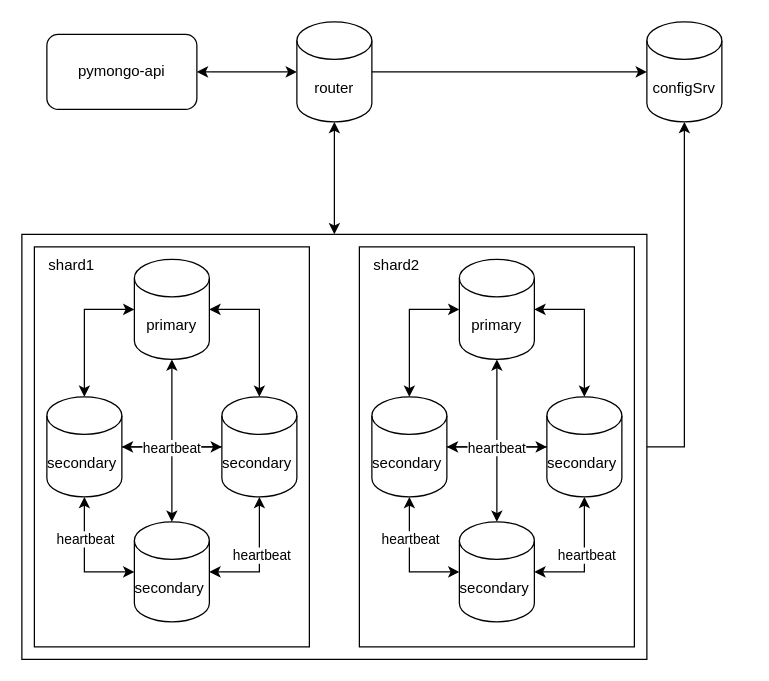
Before: diagrams/task2.drawio in Alteracia/practicum_black-friday, a draw.io diagram. Source tidied: cells renumbered, new cells numbered last; positions are measured from the earlier drawing's top-left corner, leaving out a move shared by most shapes. Both pictures are drawn from the tidied source at 125%, with x=0, y=0 at pixel (21, 21).
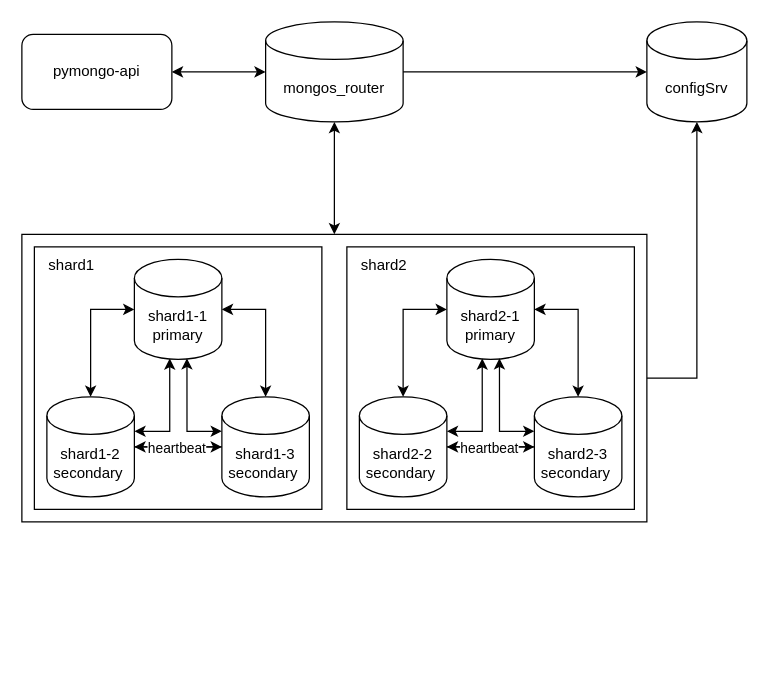
Above is the later version.

Diff of the diagram source:
```diff
@@
     <mxCell id="2" style="rounded=0;whiteSpace=wrap;html=1;" parent="1" vertex="1">
-      <mxGeometry y="170" width="500" height="340" as="geometry" />
+      <mxGeometry y="170" width="500" height="230" as="geometry" />
     </mxCell>
     <mxCell id="3" style="rounded=0;whiteSpace=wrap;html=1;" parent="1" vertex="1">
-      <mxGeometry x="10" y="180" width="220" height="320" as="geometry" />
+      <mxGeometry x="10" y="180" width="230" height="210" as="geometry" />
     </mxCell>
-    <mxCell id="4" style="edgeStyle=orthogonalEdgeStyle;rounded=0;jettySize=auto;html=1;startArrow=classic;startFill=1;" parent="1" edge="1" source="5" target="16">
+    <mxCell id="4" style="edgeStyle=orthogonalEdgeStyle;rounded=0;jettySize=auto;html=1;startArrow=classic;startFill=1;exitX=1;exitY=0.5;exitDx=0;exitDy=0;exitPerimeter=0;" parent="1" edge="1" source="5" target="16">
       <mxGeometry relative="1" as="geometry" />
     </mxCell>
-    <mxCell id="5" value="primary" style="shape=cylinder3;whiteSpace=wrap;html=1;boundedLbl=1;backgroundOutline=1;size=15;" parent="1" vertex="1">
-      <mxGeometry x="90" y="190" width="60" height="80" as="geometry" />
+    <mxCell id="5" value="shard1-1&lt;br&gt;primary" style="shape=cylinder3;whiteSpace=wrap;html=1;boundedLbl=1;backgroundOutline=1;size=15;" parent="1" vertex="1">
+      <mxGeometry x="90" y="190" width="70" height="80" as="geometry" />
     </mxCell>
@@
     <mxCell id="7" value="pymongo-api" style="rounded=1;whiteSpace=wrap;html=1;" parent="1" vertex="1">
-      <mxGeometry x="20" y="10" width="120" height="60" as="geometry" />
+      <mxGeometry y="10" width="120" height="60" as="geometry" />
     </mxCell>
-    <mxCell id="8" value="router" style="shape=cylinder3;whiteSpace=wrap;html=1;boundedLbl=1;backgroundOutline=1;size=15;" parent="1" vertex="1">
-      <mxGeometry x="220" width="60" height="80" as="geometry" />
+    <mxCell id="8" value="mongos_router" style="shape=cylinder3;whiteSpace=wrap;html=1;boundedLbl=1;backgroundOutline=1;size=15;" parent="1" vertex="1">
+      <mxGeometry x="195" width="110" height="80" as="geometry" />
     </mxCell>
@@
     <mxCell id="10" value="configSrv" style="shape=cylinder3;whiteSpace=wrap;html=1;boundedLbl=1;backgroundOutline=1;size=15;" parent="1" vertex="1">
-      <mxGeometry x="500" width="60" height="80" as="geometry" />
+      <mxGeometry x="500" width="80" height="80" as="geometry" />
     </mxCell>
@@
-    <mxCell id="14" value="secondary&amp;nbsp;" style="shape=cylinder3;whiteSpace=wrap;html=1;boundedLbl=1;backgroundOutline=1;size=15;" parent="1" vertex="1">
-      <mxGeometry x="20" y="300" width="60" height="80" as="geometry" />
+    <mxCell id="14" value="shard1-2&lt;br&gt;secondary&amp;nbsp;" style="shape=cylinder3;whiteSpace=wrap;html=1;boundedLbl=1;backgroundOutline=1;size=15;" parent="1" vertex="1">
+      <mxGeometry x="20" y="300" width="70" height="80" as="geometry" />
     </mxCell>
-    <mxCell id="15" value="secondary&amp;nbsp;" style="shape=cylinder3;whiteSpace=wrap;html=1;boundedLbl=1;backgroundOutline=1;size=15;" parent="1" vertex="1">
-      <mxGeometry x="90" y="400" width="60" height="80" as="geometry" />
-    </mxCell>
-    <mxCell id="16" value="secondary&amp;nbsp;" style="shape=cylinder3;whiteSpace=wrap;html=1;boundedLbl=1;backgroundOutline=1;size=15;" parent="1" vertex="1">
-      <mxGeometry x="160" y="300" width="60" height="80" as="geometry" />
+    <mxCell id="16" value="shard1-3&lt;br&gt;secondary&amp;nbsp;" style="shape=cylinder3;whiteSpace=wrap;html=1;boundedLbl=1;backgroundOutline=1;size=15;" parent="1" vertex="1">
+      <mxGeometry x="160" y="300" width="70" height="80" as="geometry" />
     </mxCell>
@@
-    <mxCell id="18" style="edgeStyle=orthogonalEdgeStyle;rounded=0;jettySize=auto;html=1;entryX=0.5;entryY=0;entryDx=0;entryDy=0;entryPerimeter=0;startArrow=classic;startFill=1;" parent="1" edge="1" source="5" target="14">
+    <mxCell id="18" style="edgeStyle=orthogonalEdgeStyle;rounded=0;jettySize=auto;html=1;entryX=0.5;entryY=0;entryDx=0;entryDy=0;entryPerimeter=0;startArrow=classic;startFill=1;exitX=0;exitY=0.5;exitDx=0;exitDy=0;exitPerimeter=0;" parent="1" edge="1" source="5" target="14">
       <mxGeometry relative="1" as="geometry" />
     </mxCell>
-    <mxCell id="19" style="edgeStyle=orthogonalEdgeStyle;rounded=0;jettySize=auto;html=1;entryX=0.5;entryY=0;entryDx=0;entryDy=0;entryPerimeter=0;startArrow=classic;startFill=1;" parent="1" edge="1" source="5" target="15">
+    <mxCell id="19" style="edgeStyle=orthogonalEdgeStyle;rounded=0;jettySize=auto;html=1;startArrow=classic;startFill=1;entryX=1;entryY=0;entryDx=0;entryDy=27.5;entryPerimeter=0;exitX=0.404;exitY=0.991;exitDx=0;exitDy=0;exitPerimeter=0;" parent="1" edge="1" source="5" target="14">
       <mxGeometry relative="1" as="geometry" />
     </mxCell>
@@
-    <mxCell id="22" style="edgeStyle=orthogonalEdgeStyle;rounded=0;jettySize=auto;html=1;exitX=0.5;exitY=1;exitDx=0;exitDy=0;exitPerimeter=0;entryX=1;entryY=0.5;entryDx=0;entryDy=0;entryPerimeter=0;startArrow=classic;startFill=1;" parent="1" edge="1" source="16" target="15">
-      <mxGeometry relative="1" as="geometry" />
-    </mxCell>
-    <mxCell id="23" value="heartbeat" style="edgeLabel;html=1;align=center;verticalAlign=middle;" parent="22" vertex="1">
-      <mxGeometry x="-0.08" y="1" relative="1" as="geometry" />
-    </mxCell>
-    <mxCell id="24" style="edgeStyle=orthogonalEdgeStyle;rounded=0;jettySize=auto;html=1;entryX=0;entryY=0.5;entryDx=0;entryDy=0;entryPerimeter=0;exitX=0.5;exitY=1;exitDx=0;exitDy=0;exitPerimeter=0;startArrow=classic;startFill=1;" parent="1" edge="1" source="14" target="15">
-      <mxGeometry relative="1" as="geometry" />
-    </mxCell>
-    <mxCell id="25" value="heartbeat" style="edgeLabel;html=1;align=center;verticalAlign=middle;" parent="24" vertex="1">
-      <mxGeometry x="-0.35" relative="1" as="geometry" />
-    </mxCell>
-    <mxCell id="26" style="rounded=0;whiteSpace=wrap;html=1;" parent="1" vertex="1">
-      <mxGeometry x="270" y="180" width="220" height="320" as="geometry" />
-    </mxCell>
-    <mxCell id="27" style="edgeStyle=orthogonalEdgeStyle;rounded=0;jettySize=auto;html=1;startArrow=classic;startFill=1;" parent="1" edge="1" source="28" target="32">
-      <mxGeometry relative="1" as="geometry" />
-    </mxCell>
-    <mxCell id="28" value="primary" style="shape=cylinder3;whiteSpace=wrap;html=1;boundedLbl=1;backgroundOutline=1;size=15;" parent="1" vertex="1">
-      <mxGeometry x="350" y="190" width="60" height="80" as="geometry" />
-    </mxCell>
-    <mxCell id="29" style="edgeStyle=orthogonalEdgeStyle;rounded=0;jettySize=auto;html=1;" parent="1" edge="1" source="30" target="32">
-      <mxGeometry relative="1" as="geometry" />
-    </mxCell>
-    <mxCell id="30" value="secondary&amp;nbsp;" style="shape=cylinder3;whiteSpace=wrap;html=1;boundedLbl=1;backgroundOutline=1;size=15;" parent="1" vertex="1">
-      <mxGeometry x="280" y="300" width="60" height="80" as="geometry" />
-    </mxCell>
-    <mxCell id="31" value="secondary&amp;nbsp;" style="shape=cylinder3;whiteSpace=wrap;html=1;boundedLbl=1;backgroundOutline=1;size=15;" parent="1" vertex="1">
-      <mxGeometry x="350" y="400" width="60" height="80" as="geometry" />
-    </mxCell>
-    <mxCell id="32" value="secondary&amp;nbsp;" style="shape=cylinder3;whiteSpace=wrap;html=1;boundedLbl=1;backgroundOutline=1;size=15;" parent="1" vertex="1">
-      <mxGeometry x="420" y="300" width="60" height="80" as="geometry" />
-    </mxCell>
+    <mxCell id="42" style="edgeStyle=orthogonalEdgeStyle;rounded=0;jettySize=auto;html=1;exitX=0;exitY=0;exitDx=0;exitDy=27.5;exitPerimeter=0;entryX=0.601;entryY=0.989;entryDx=0;entryDy=0;entryPerimeter=0;startArrow=classic;startFill=1;" parent="1" edge="1" source="16" target="5">
+      <mxGeometry relative="1" as="geometry" />
+    </mxCell>
+    <mxCell id="43" style="rounded=0;whiteSpace=wrap;html=1;" parent="1" vertex="1">
+      <mxGeometry x="260" y="180" width="230" height="210" as="geometry" />
+    </mxCell>
+    <mxCell id="44" style="edgeStyle=orthogonalEdgeStyle;rounded=0;jettySize=auto;html=1;startArrow=classic;startFill=1;exitX=1;exitY=0.5;exitDx=0;exitDy=0;exitPerimeter=0;" parent="1" edge="1" source="45" target="48">
+      <mxGeometry relative="1" as="geometry" />
+    </mxCell>
+    <mxCell id="45" value="shard2-1&lt;br&gt;primary" style="shape=cylinder3;whiteSpace=wrap;html=1;boundedLbl=1;backgroundOutline=1;size=15;" parent="1" vertex="1">
+      <mxGeometry x="340" y="190" width="70" height="80" as="geometry" />
+    </mxCell>
+    <mxCell id="46" style="edgeStyle=orthogonalEdgeStyle;rounded=0;jettySize=auto;html=1;" parent="1" edge="1" source="47" target="48">
+      <mxGeometry relative="1" as="geometry" />
+    </mxCell>
+    <mxCell id="47" value="shard2-2&lt;br&gt;secondary&amp;nbsp;" style="shape=cylinder3;whiteSpace=wrap;html=1;boundedLbl=1;backgroundOutline=1;size=15;" parent="1" vertex="1">
+      <mxGeometry x="270" y="300" width="70" height="80" as="geometry" />
+    </mxCell>
+    <mxCell id="48" value="shard2-3&lt;br&gt;secondary&amp;nbsp;" style="shape=cylinder3;whiteSpace=wrap;html=1;boundedLbl=1;backgroundOutline=1;size=15;" parent="1" vertex="1">
+      <mxGeometry x="410" y="300" width="70" height="80" as="geometry" />
+    </mxCell>
     <mxCell id="33" value="shard2" style="text;html=1;strokeColor=none;fillColor=none;align=center;verticalAlign=middle;whiteSpace=wrap;rounded=0;" parent="1" vertex="1">
-      <mxGeometry x="270" y="180" width="60" height="30" as="geometry" />
+      <mxGeometry x="260" y="180" width="60" height="30" as="geometry" />
     </mxCell>
-    <mxCell id="34" style="edgeStyle=orthogonalEdgeStyle;rounded=0;jettySize=auto;html=1;entryX=0.5;entryY=0;entryDx=0;entryDy=0;entryPerimeter=0;startArrow=classic;startFill=1;" parent="1" edge="1" source="28" target="30">
-      <mxGeometry relative="1" as="geometry" />
-    </mxCell>
-    <mxCell id="35" style="edgeStyle=orthogonalEdgeStyle;rounded=0;jettySize=auto;html=1;entryX=0.5;entryY=0;entryDx=0;entryDy=0;entryPerimeter=0;startArrow=classic;startFill=1;" parent="1" edge="1" source="28" target="31">
-      <mxGeometry relative="1" as="geometry" />
-    </mxCell>
-    <mxCell id="36" style="edgeStyle=orthogonalEdgeStyle;rounded=0;jettySize=auto;html=1;entryX=1;entryY=0.5;entryDx=0;entryDy=0;entryPerimeter=0;" parent="1" edge="1" source="32" target="30">
-      <mxGeometry relative="1" as="geometry" />
-    </mxCell>
-    <mxCell id="37" value="heartbeat" style="edgeLabel;html=1;align=center;verticalAlign=middle;" parent="36" vertex="1">
-      <mxGeometry x="-0.21" relative="1" as="geometry">
-        <mxPoint x="-9" as="offset" />
-      </mxGeometry>
-    </mxCell>
-    <mxCell id="38" style="edgeStyle=orthogonalEdgeStyle;rounded=0;jettySize=auto;html=1;exitX=0.5;exitY=1;exitDx=0;exitDy=0;exitPerimeter=0;entryX=1;entryY=0.5;entryDx=0;entryDy=0;entryPerimeter=0;startArrow=classic;startFill=1;" parent="1" edge="1" source="32" target="31">
-      <mxGeometry relative="1" as="geometry" />
-    </mxCell>
-    <mxCell id="39" value="heartbeat" style="edgeLabel;html=1;align=center;verticalAlign=middle;" parent="38" vertex="1">
-      <mxGeometry x="-0.08" y="1" relative="1" as="geometry" />
-    </mxCell>
-    <mxCell id="40" style="edgeStyle=orthogonalEdgeStyle;rounded=0;jettySize=auto;html=1;entryX=0;entryY=0.5;entryDx=0;entryDy=0;entryPerimeter=0;exitX=0.5;exitY=1;exitDx=0;exitDy=0;exitPerimeter=0;startArrow=classic;startFill=1;" parent="1" edge="1" source="30" target="31">
-      <mxGeometry relative="1" as="geometry" />
-    </mxCell>
-    <mxCell id="41" value="heartbeat" style="edgeLabel;html=1;align=center;verticalAlign=middle;" parent="40" vertex="1">
-      <mxGeometry x="-0.35" relative="1" as="geometry" />
-    </mxCell>
+    <mxCell id="49" style="edgeStyle=orthogonalEdgeStyle;rounded=0;jettySize=auto;html=1;entryX=0.5;entryY=0;entryDx=0;entryDy=0;entryPerimeter=0;startArrow=classic;startFill=1;exitX=0;exitY=0.5;exitDx=0;exitDy=0;exitPerimeter=0;" parent="1" edge="1" source="45" target="47">
+      <mxGeometry relative="1" as="geometry" />
+    </mxCell>
+    <mxCell id="50" style="edgeStyle=orthogonalEdgeStyle;rounded=0;jettySize=auto;html=1;startArrow=classic;startFill=1;entryX=1;entryY=0;entryDx=0;entryDy=27.5;entryPerimeter=0;exitX=0.404;exitY=0.991;exitDx=0;exitDy=0;exitPerimeter=0;" parent="1" edge="1" source="45" target="47">
+      <mxGeometry relative="1" as="geometry" />
+    </mxCell>
+    <mxCell id="51" style="edgeStyle=orthogonalEdgeStyle;rounded=0;jettySize=auto;html=1;entryX=1;entryY=0.5;entryDx=0;entryDy=0;entryPerimeter=0;" parent="1" edge="1" source="48" target="47">
+      <mxGeometry relative="1" as="geometry" />
+    </mxCell>
+    <mxCell id="52" value="heartbeat" style="edgeLabel;html=1;align=center;verticalAlign=middle;" parent="51" vertex="1">
+      <mxGeometry x="-0.21" relative="1" as="geometry">
+        <mxPoint x="-9" as="offset" />
+      </mxGeometry>
+    </mxCell>
+    <mxCell id="53" style="edgeStyle=orthogonalEdgeStyle;rounded=0;jettySize=auto;html=1;exitX=0;exitY=0;exitDx=0;exitDy=27.5;exitPerimeter=0;entryX=0.601;entryY=0.989;entryDx=0;entryDy=0;entryPerimeter=0;startArrow=classic;startFill=1;" parent="1" edge="1" source="48" target="45">
+      <mxGeometry relative="1" as="geometry" />
+    </mxCell>
```
